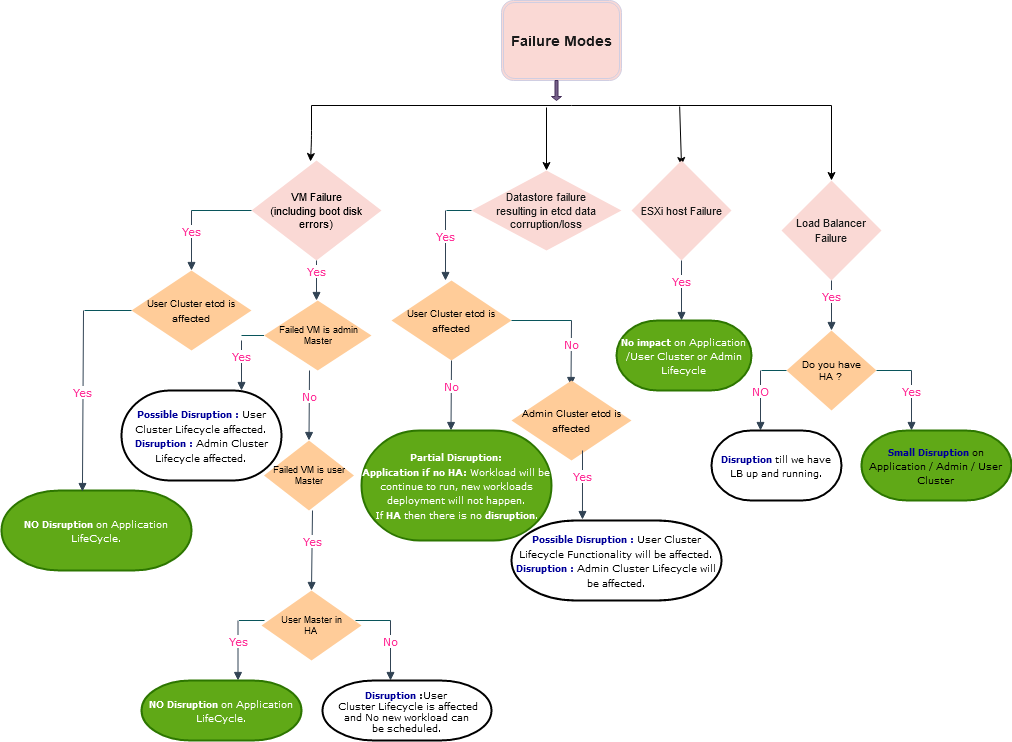
prabhakarmishra/test keeps this draw.io diagram as Untitled Diagram.png. Above is the earlier version. Source tidied: cells renumbered, new cells last; positions are measured from the earlier drawing's top-left corner, leaving out a move shared by most shapes.
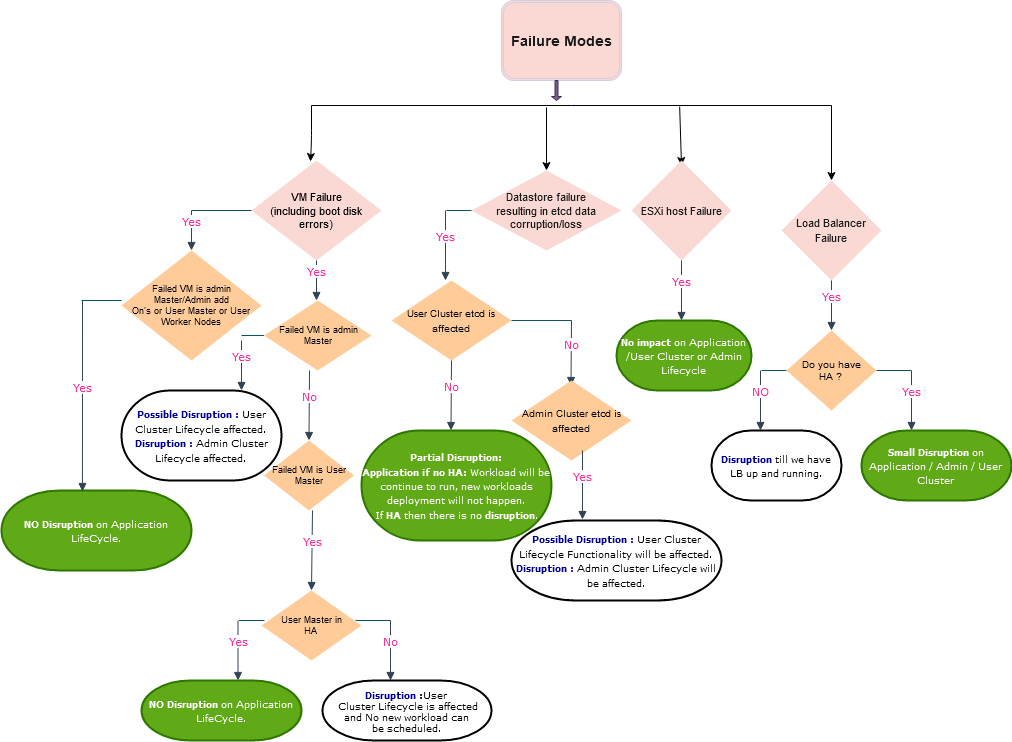
After the commit.

Change to the diagram source:
```diff
@@ -69,7 +69,7 @@
         <mxPoint x="760" y="370" as="sourcePoint" />
       </mxGeometry>
     </mxCell>
-    <mxCell id="17" value="&lt;font style=&quot;font-size: 9px&quot;&gt;&lt;b&gt;&lt;font style=&quot;font-size: 9px&quot; color=&quot;#000099&quot;&gt;Small &lt;/font&gt;&lt;/b&gt;&lt;/font&gt;&lt;font style=&quot;font-size: 9px&quot;&gt;&lt;b&gt;&lt;font style=&quot;font-size: 9px&quot; color=&quot;#000099&quot;&gt;&lt;font style=&quot;font-size: 9px&quot;&gt;&lt;b&gt;&lt;font style=&quot;font-size: 9px&quot; color=&quot;#000099&quot;&gt;Disruption &lt;/font&gt;&lt;/b&gt;&lt;/font&gt;&lt;/font&gt;&lt;/b&gt;&lt;font color=&quot;#000000&quot;&gt;on&lt;br&gt;&lt;font style=&quot;font-size: 9px&quot;&gt;Application / Admin / User&lt;/font&gt;&lt;br&gt;Cluster&lt;/font&gt;&lt;br&gt;&lt;/font&gt;" style="strokeWidth=2;html=1;shape=mxgraph.flowchart.terminator;whiteSpace=wrap;rounded=0;sketch=0;fontFamily=Verdana;fillColor=#60a917;strokeColor=#2D7600;fontColor=#ffffff;" parent="1" vertex="1">
+    <mxCell id="17" value="&lt;font style=&quot;font-size: 9px&quot; color=&quot;#FFFFFF&quot;&gt;&lt;b&gt;&lt;font style=&quot;font-size: 9px&quot;&gt;Small &lt;/font&gt;&lt;/b&gt;&lt;/font&gt;&lt;font style=&quot;font-size: 9px&quot; color=&quot;#FFFFFF&quot;&gt;&lt;b&gt;&lt;font style=&quot;font-size: 9px&quot;&gt;&lt;font style=&quot;font-size: 9px&quot;&gt;&lt;b&gt;&lt;font style=&quot;font-size: 9px&quot;&gt;Disruption &lt;/font&gt;&lt;/b&gt;&lt;/font&gt;&lt;/font&gt;&lt;/b&gt;on&lt;br&gt;&lt;font style=&quot;font-size: 9px&quot;&gt;Application / Admin / User&lt;/font&gt;&lt;br&gt;Cluster&lt;br&gt;&lt;/font&gt;" style="strokeWidth=2;html=1;shape=mxgraph.flowchart.terminator;whiteSpace=wrap;rounded=0;sketch=0;fontFamily=Verdana;fillColor=#60a917;strokeColor=#2D7600;fontColor=#ffffff;" parent="1" vertex="1">
       <mxGeometry x="860" y="430" width="150" height="70" as="geometry" />
     </mxCell>
     <mxCell id="18" value="&lt;font style=&quot;font-size: 9px&quot;&gt;&lt;font style=&quot;font-size: 9px&quot; color=&quot;#000099&quot;&gt;&lt;b&gt;&lt;font style=&quot;font-size: 9px&quot;&gt;&lt;b&gt;&lt;font style=&quot;font-size: 9px&quot; color=&quot;#000099&quot;&gt;Disruption &lt;/font&gt;&lt;/b&gt;&lt;/font&gt;&lt;/b&gt;&lt;/font&gt;till we have&lt;br&gt;LB up and running.&lt;br&gt;&lt;/font&gt;" style="strokeWidth=2;html=1;shape=mxgraph.flowchart.terminator;whiteSpace=wrap;rounded=0;sketch=0;fontFamily=Verdana;" parent="1" vertex="1">
@@ -143,10 +143,9 @@
         <mxPoint x="315" y="300" as="targetPoint" />
       </mxGeometry>
     </mxCell>
-    <mxCell id="34" value="Yes" style="html=1;verticalAlign=bottom;endArrow=block;strokeColor=#314354;fontFamily=Verdana;fontColor=#FF3399;fillColor=#647687;" parent="1" edge="1">
+    <mxCell id="34" value="Yes" style="html=1;verticalAlign=bottom;endArrow=block;strokeColor=#314354;fontFamily=Verdana;fontColor=#FF3399;fillColor=#647687;entryX=0.5;entryY=0;entryDx=0;entryDy=0;entryPerimeter=0;" parent="1" edge="1" target="36">
       <mxGeometry relative="1" as="geometry">
         <mxPoint x="190" y="210" as="sourcePoint" />
-        <mxPoint x="190" y="270" as="targetPoint" />
       </mxGeometry>
     </mxCell>
     <mxCell id="35" style="endArrow=none;html=1;strokeColor=#09555B;fontFamily=Verdana;fontColor=#FF3399;entryX=0;entryY=0.5;entryDx=0;entryDy=0;entryPerimeter=0;" parent="1" edge="1">
@@ -155,8 +154,8 @@
         <mxPoint x="250" y="210" as="targetPoint" />
       </mxGeometry>
     </mxCell>
-    <mxCell id="36" value="&lt;font style=&quot;font-size: 10px&quot;&gt;User Cluster etcd is affected&lt;br&gt;&lt;/font&gt;" style="strokeWidth=2;html=1;shape=mxgraph.flowchart.decision;whiteSpace=wrap;rounded=0;sketch=0;fillColor=#ffcc99;strokeColor=none;" parent="1" vertex="1">
-      <mxGeometry x="130" y="270" width="120" height="80" as="geometry" />
+    <mxCell id="36" value="&lt;div style=&quot;font-size: 9px&quot;&gt;&lt;font style=&quot;font-size: 9px&quot;&gt;Failed VM is admin&lt;/font&gt;&lt;/div&gt;&lt;div style=&quot;font-size: 9px&quot;&gt;&lt;font style=&quot;font-size: 9px&quot;&gt;Master/Admin add&lt;/font&gt;&lt;/div&gt;&lt;div style=&quot;font-size: 9px&quot;&gt;&lt;font style=&quot;font-size: 9px&quot;&gt;On's or User Master or User Worker Nodes&lt;br&gt;&lt;/font&gt;&lt;/div&gt;" style="strokeWidth=2;html=1;shape=mxgraph.flowchart.decision;whiteSpace=wrap;rounded=0;sketch=0;fillColor=#ffcc99;strokeColor=none;" parent="1" vertex="1">
+      <mxGeometry x="120" y="250" width="140" height="110" as="geometry" />
     </mxCell>
     <mxCell id="37" value="Yes" style="html=1;verticalAlign=bottom;endArrow=block;strokeColor=#314354;fontFamily=Verdana;fontColor=#FF3399;fillColor=#647687;" parent="1" edge="1">
       <mxGeometry relative="1" as="geometry">
@@ -174,7 +173,7 @@
         <mxPoint x="308" y="370" as="sourcePoint" />
       </mxGeometry>
     </mxCell>
-    <mxCell id="40" value="&lt;div style=&quot;font-size: 9px&quot;&gt;&lt;font style=&quot;font-size: 9px&quot;&gt;Failed VM is user&lt;/font&gt;&lt;/div&gt;&lt;div style=&quot;font-size: 9px&quot;&gt;&lt;font style=&quot;font-size: 9px&quot;&gt;Master&lt;br&gt;&lt;/font&gt;&lt;/div&gt;" style="strokeWidth=2;html=1;shape=mxgraph.flowchart.decision;whiteSpace=wrap;rounded=0;sketch=0;fillColor=#ffcc99;strokeColor=none;" parent="1" vertex="1">
+    <mxCell id="40" value="&lt;div style=&quot;font-size: 9px&quot;&gt;&lt;font style=&quot;font-size: 9px&quot;&gt;Failed VM is User&lt;/font&gt;&lt;/div&gt;&lt;div style=&quot;font-size: 9px&quot;&gt;&lt;font style=&quot;font-size: 9px&quot;&gt;Master&lt;br&gt;&lt;/font&gt;&lt;/div&gt;" style="strokeWidth=2;html=1;shape=mxgraph.flowchart.decision;whiteSpace=wrap;rounded=0;sketch=0;fillColor=#ffcc99;strokeColor=none;" parent="1" vertex="1">
       <mxGeometry x="262.5" y="440" width="90" height="70" as="geometry" />
     </mxCell>
     <mxCell id="41" value="Yes" style="html=1;verticalAlign=bottom;endArrow=block;strokeColor=#314354;fontFamily=Verdana;fontColor=#FF3399;fillColor=#647687;entryX=0.5;entryY=0;entryDx=0;entryDy=0;entryPerimeter=0;" parent="1" edge="1" target="42">
@@ -223,16 +222,17 @@
     </mxCell>
     <mxCell id="51" value="Yes" style="html=1;verticalAlign=bottom;endArrow=block;strokeColor=#314354;fontFamily=Verdana;fontColor=#FF3399;fillColor=#647687;entryX=0.426;entryY=0.013;entryDx=0;entryDy=0;entryPerimeter=0;" parent="1" edge="1" target="43">
       <mxGeometry relative="1" as="geometry">
-        <mxPoint x="82" y="310" as="sourcePoint" />
+        <mxPoint x="81" y="300" as="sourcePoint" />
       </mxGeometry>
     </mxCell>
-    <mxCell id="52" style="endArrow=none;html=1;strokeColor=#09555B;fontFamily=Verdana;fontColor=#FF3399;entryX=0;entryY=0.5;entryDx=0;entryDy=0;entryPerimeter=0;" parent="1" edge="1" target="36">
-      <mxGeometry relative="1" as="geometry">
-        <mxPoint x="83" y="310" as="sourcePoint" />
-      </mxGeometry>
-    </mxCell>
     <mxCell id="53" style="line;strokeWidth=1;dashed=0;labelPosition=right;align=left;verticalAlign=middle;spacingTop=0;spacingLeft=6;points=[];portConstraint=eastwest;rounded=0;sketch=0;fontFamily=Verdana;fontColor=#FF3399;html=0;" parent="1" vertex="1">
       <mxGeometry x="310" y="100" width="520" height="10" as="geometry" />
     </mxCell>
+    <mxCell id="54" style="endArrow=none;html=1;strokeColor=#09555B;fontFamily=Verdana;fontColor=#FF3399;" parent="1" edge="1">
+      <mxGeometry relative="1" as="geometry">
+        <mxPoint x="80" y="300" as="sourcePoint" />
+        <mxPoint x="120" y="300" as="targetPoint" />
+      </mxGeometry>
+    </mxCell>
   </root>
 </mxGraphModel>
```
